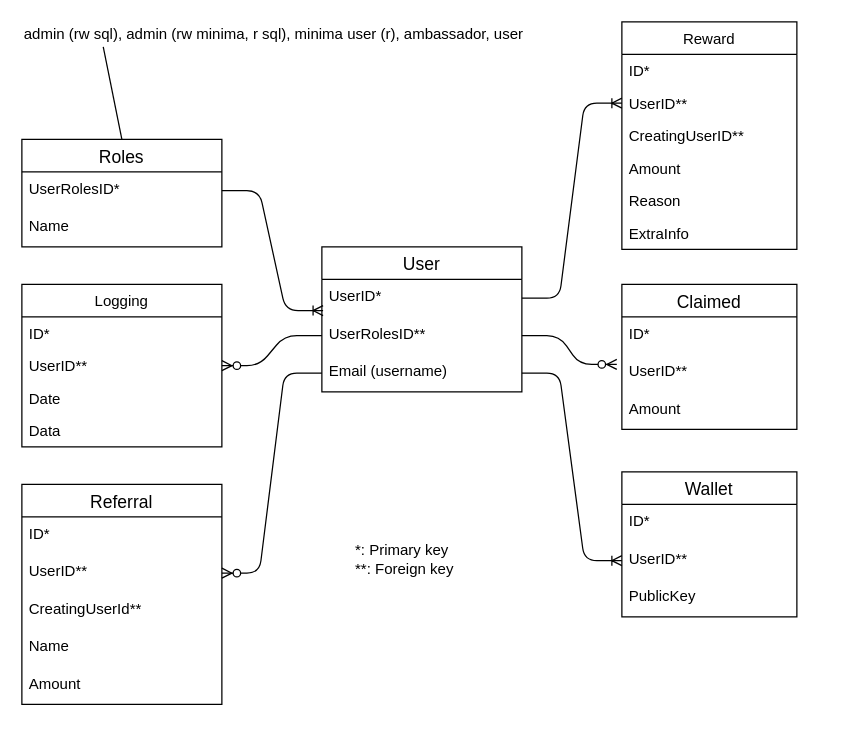
Earlier version of the draw.io diagram docs/images/dbase.drawio (minima-global/incentivecash). Source tidied: cells renumbered, new cells numbered last; positions are measured from the earlier drawing's top-left corner, leaving out a move shared by most shapes. Both pictures are drawn from the tidied source at 125%, with x=0, y=0 at pixel (21, 21).
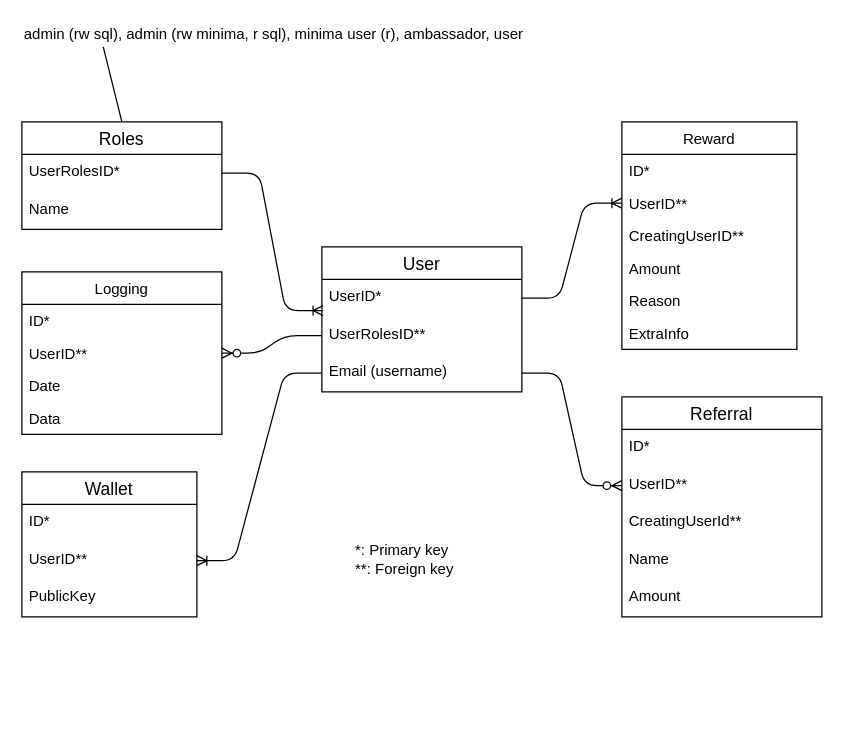
Above is the later version.

Commit message (it also covers changes not shown here):
dbase design now reflects reality

Unchanged cells that the change refers to:
```xml
<mxCell id="4" value="UserRolesID**" style="text;strokeColor=none;fillColor=none;spacingLeft=4;spacingRight=4;overflow=hidden;points=[[0,0.5],[1,0.5]];portConstraint=eastwest;fontSize=12;" parent="2" vertex="1">
  <mxGeometry y="56" width="160" height="30" as="geometry" />
</mxCell>
<mxCell id="5" value="Email (username)" style="text;strokeColor=none;fillColor=none;spacingLeft=4;spacingRight=4;overflow=hidden;points=[[0,0.5],[1,0.5]];portConstraint=eastwest;fontSize=12;" parent="2" vertex="1">
  <mxGeometry y="86" width="160" height="30" as="geometry" />
</mxCell>
<mxCell id="25" value="UserID**" style="text;strokeColor=none;fillColor=none;spacingLeft=4;spacingRight=4;overflow=hidden;points=[[0,0.5],[1,0.5]];portConstraint=eastwest;fontSize=12;" parent="23" vertex="1">
  <mxGeometry y="56" width="160" height="30" as="geometry" />
</mxCell>
<mxCell id="36" value="UserID**" style="text;strokeColor=none;fillColor=none;spacingLeft=4;spacingRight=4;overflow=hidden;points=[[0,0.5],[1,0.5]];portConstraint=eastwest;fontSize=12;" parent="34" vertex="1">
  <mxGeometry y="56" width="140" height="30" as="geometry" />
</mxCell>
```

Diff of the diagram source:
```diff
@@
     <mxCell id="6" value="Roles" style="swimlane;fontStyle=0;horizontal=1;startSize=26;align=center;fontSize=14;" parent="1" vertex="1">
-      <mxGeometry y="94" width="160" height="86" as="geometry" />
+      <mxGeometry y="80" width="160" height="86" as="geometry" />
     </mxCell>
@@
     <mxCell id="9" value="Reward" style="swimlane;fontStyle=0;horizontal=1;startSize=26;fillColor=none;" parent="1" vertex="1">
-      <mxGeometry x="480" width="140" height="182" as="geometry" />
+      <mxGeometry x="480" y="80" width="140" height="182" as="geometry" />
     </mxCell>
@@
     <mxCell id="16" value="Logging" style="swimlane;fontStyle=0;horizontal=1;startSize=26;fillColor=none;" parent="1" vertex="1">
-      <mxGeometry y="210" width="160" height="130" as="geometry" />
+      <mxGeometry y="200" width="160" height="130" as="geometry" />
     </mxCell>
@@
     <mxCell id="23" value="Referral" style="swimlane;fontStyle=0;horizontal=1;startSize=26;align=center;fontSize=14;" parent="1" vertex="1">
-      <mxGeometry y="370" width="160" height="176" as="geometry" />
+      <mxGeometry x="480" y="300" width="160" height="176" as="geometry" />
     </mxCell>
@@
-    <mxCell id="29" style="edgeStyle=entityRelationEdgeStyle;fontSize=12;html=1;endArrow=ERzeroToMany;endFill=1;entryX=1;entryY=0.5;entryDx=0;entryDy=0;exitX=0;exitY=0.5;exitDx=0;exitDy=0;" parent="1" edge="1" source="5" target="25">
+    <mxCell id="29" style="edgeStyle=entityRelationEdgeStyle;fontSize=12;html=1;endArrow=ERzeroToMany;endFill=1;entryX=0;entryY=0.5;entryDx=0;entryDy=0;" parent="1" edge="1" source="5" target="25">
       <mxGeometry relative="1" as="geometry" />
     </mxCell>
@@
     <mxCell id="34" value="Wallet" style="swimlane;fontStyle=0;horizontal=1;startSize=26;align=center;fontSize=14;" parent="1" vertex="1">
-      <mxGeometry x="480" y="360" width="140" height="116" as="geometry" />
+      <mxGeometry y="360" width="140" height="116" as="geometry" />
     </mxCell>
@@
-    <mxCell id="39" style="edgeStyle=entityRelationEdgeStyle;fontSize=12;html=1;endArrow=ERoneToMany;entryX=0;entryY=0.5;entryDx=0;entryDy=0;exitX=1;exitY=0.5;exitDx=0;exitDy=0;" parent="1" edge="1" source="5" target="36">
+    <mxCell id="39" style="edgeStyle=entityRelationEdgeStyle;fontSize=12;html=1;endArrow=ERoneToMany;exitX=0;exitY=0.5;exitDx=0;exitDy=0;" parent="1" edge="1" source="5" target="36">
       <mxGeometry relative="1" as="geometry" />
     </mxCell>
-    <mxCell id="40" value="Claimed" style="swimlane;fontStyle=0;horizontal=1;startSize=26;align=center;fontSize=14;" parent="1" vertex="1">
-      <mxGeometry x="480" y="210" width="140" height="116" as="geometry" />
-    </mxCell>
-    <mxCell id="41" value="ID*" style="text;strokeColor=none;fillColor=none;spacingLeft=4;spacingRight=4;overflow=hidden;fontSize=12;" parent="40" vertex="1">
-      <mxGeometry y="26" width="140" height="30" as="geometry" />
-    </mxCell>
-    <mxCell id="42" value="UserID**" style="text;strokeColor=none;fillColor=none;spacingLeft=4;spacingRight=4;overflow=hidden;points=[[0,0.5],[1,0.5]];portConstraint=eastwest;fontSize=12;" parent="40" vertex="1">
-      <mxGeometry y="56" width="140" height="30" as="geometry" />
-    </mxCell>
-    <mxCell id="43" value="Amount" style="text;strokeColor=none;fillColor=none;spacingLeft=4;spacingRight=4;overflow=hidden;fontSize=12;" parent="40" vertex="1">
-      <mxGeometry y="86" width="140" height="30" as="geometry" />
-    </mxCell>
-    <mxCell id="44" style="edgeStyle=entityRelationEdgeStyle;fontSize=12;html=1;endArrow=ERzeroToMany;endFill=1;entryX=-0.029;entryY=0.267;entryDx=0;entryDy=0;entryPerimeter=0;exitX=1;exitY=0.5;exitDx=0;exitDy=0;" parent="1" edge="1" source="4" target="42">
-      <mxGeometry relative="1" as="geometry" />
-    </mxCell>
```
